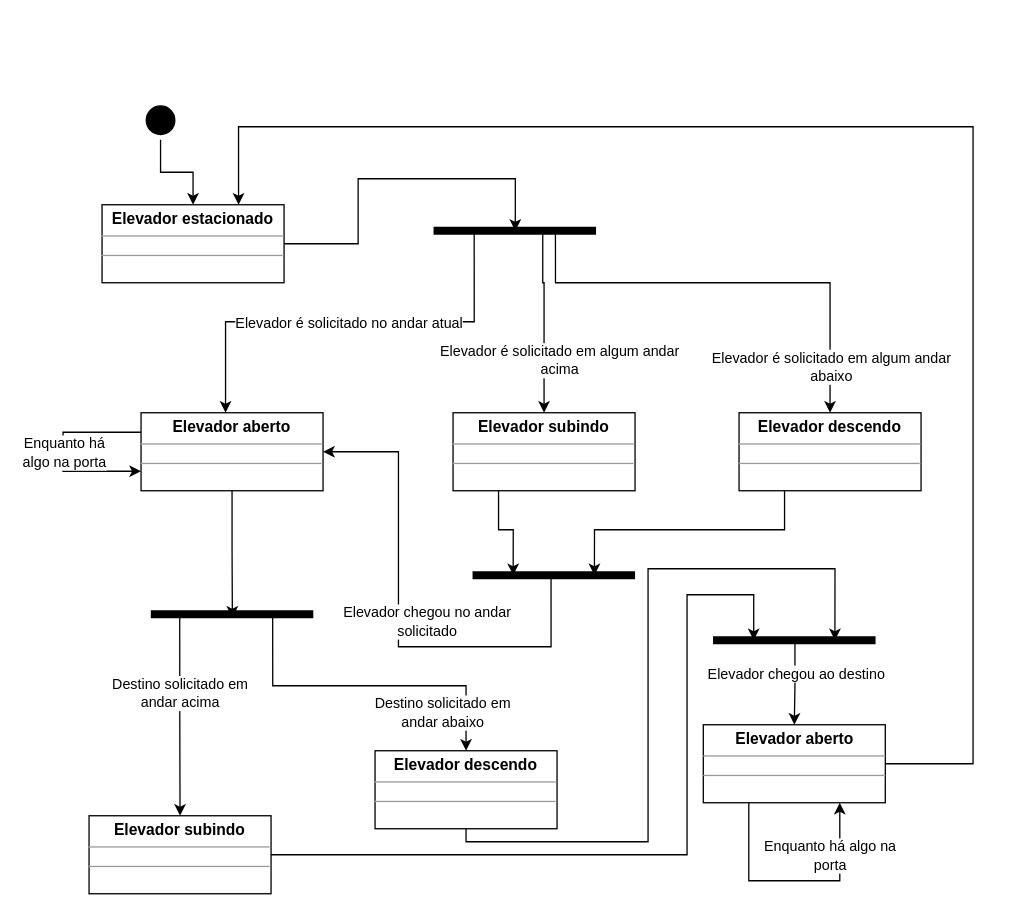
Above: Exercício 08 - Diagrama de Estado.drawio in bruniculos08/AMS0001 (draw.io), before the change. Source tidied: cells renumbered, new cells numbered last; positions are measured from the earlier drawing's top-left corner, leaving out a move shared by most shapes. Both pictures are drawn from the tidied source at 130%, with x=0, y=0 at pixel (62, 100).
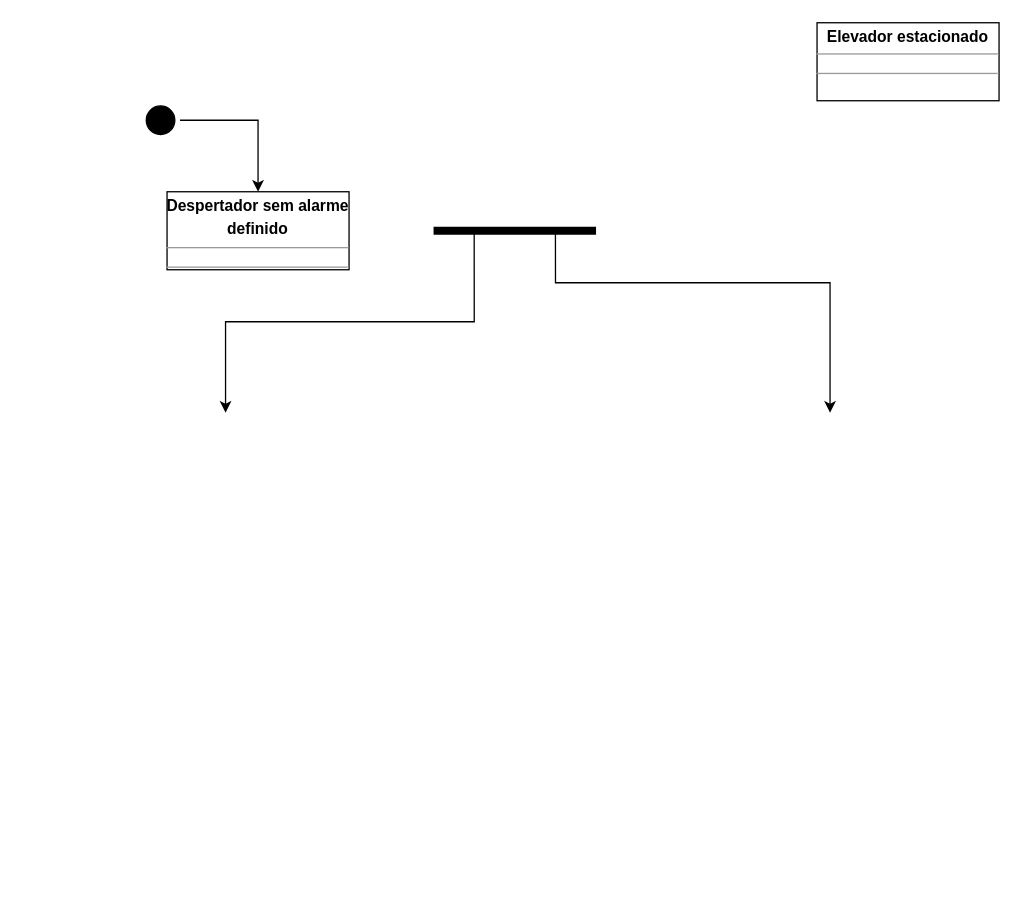
Above is the later version.

The change refers to these unchanged cells:
```xml
<mxCell id="3" style="ellipse;html=1;shape=startState;fillColor=#000000;strokeColor=#000000;" parent="1" vertex="1">
  <mxGeometry x="60" width="30" height="30" as="geometry" />
</mxCell>
<mxCell id="4" style="edgeStyle=orthogonalEdgeStyle;rounded=0;jettySize=auto;html=1;exitX=0.25;exitY=0.5;exitDx=0;exitDy=0;exitPerimeter=0;entryX=0.5;entryY=0;entryDx=0;entryDy=0;" parent="1" edge="1" source="10">
  <mxGeometry relative="1" as="geometry">
    <mxPoint x="125" y="240" as="targetPoint" />
    <Array as="points">
      <mxPoint x="316" y="170" />
      <mxPoint x="125" y="170" />
    </Array>
  </mxGeometry>
</mxCell>
<mxCell id="10" style="shape=line;html=1;strokeWidth=6;strokeColor=#000000;" parent="1" vertex="1">
  <mxGeometry x="285" y="95" width="125" height="10" as="geometry" />
</mxCell>
```

Diff of the diagram source:
```diff
@@
-    <mxCell id="2" style="edgeStyle=orthogonalEdgeStyle;rounded=0;jettySize=auto;html=1;exitX=0.5;exitY=1;exitDx=0;exitDy=0;entryX=0.5;entryY=0;entryDx=0;entryDy=0;" parent="1" edge="1" source="3" target="12">
-      <mxGeometry relative="1" as="geometry" />
-    </mxCell>
+    <mxCell id="40" style="edgeStyle=orthogonalEdgeStyle;rounded=0;jettySize=auto;html=1;exitX=1;exitY=0.5;exitDx=0;exitDy=0;entryX=0.5;entryY=0;entryDx=0;entryDy=0;" parent="1" edge="1" source="3" target="41">
+      <mxGeometry relative="1" as="geometry" />
+    </mxCell>
@@
-    <mxCell id="5" value="Elevador é solicitado no andar atual" style="edgeLabel;html=1;align=center;verticalAlign=middle;" parent="4" vertex="1">
-      <mxGeometry x="0.55" y="-2" relative="1" as="geometry">
-        <mxPoint x="90" y="2" as="offset" />
-      </mxGeometry>
-    </mxCell>
-    <mxCell id="6" style="edgeStyle=orthogonalEdgeStyle;rounded=0;jettySize=auto;html=1;entryX=0.5;entryY=0;entryDx=0;entryDy=0;exitX=0.672;exitY=0.394;exitDx=0;exitDy=0;exitPerimeter=0;" parent="1" edge="1" source="10" target="16">
-      <mxGeometry relative="1" as="geometry">
-        <Array as="points">
-          <mxPoint x="369" y="140" />
-          <mxPoint x="370" y="140" />
-        </Array>
-      </mxGeometry>
-    </mxCell>
-    <mxCell id="7" value="Elevador é solicitado em algum andar&lt;br&gt;acima" style="edgeLabel;html=1;align=center;verticalAlign=middle;" parent="6" vertex="1">
-      <mxGeometry x="0.21" y="2" relative="1" as="geometry">
-        <mxPoint x="9" y="16" as="offset" />
-      </mxGeometry>
-    </mxCell>
-    <mxCell id="8" style="edgeStyle=orthogonalEdgeStyle;rounded=0;jettySize=auto;html=1;exitX=0.75;exitY=0.5;exitDx=0;exitDy=0;exitPerimeter=0;" parent="1" edge="1" source="10" target="18">
+    <mxCell id="8" style="edgeStyle=orthogonalEdgeStyle;rounded=0;jettySize=auto;html=1;exitX=0.75;exitY=0.5;exitDx=0;exitDy=0;exitPerimeter=0;" parent="1" edge="1" source="10">
       <mxGeometry relative="1" as="geometry">
+        <mxPoint x="590" y="240" as="targetPoint" />
         <Array as="points">
           <mxPoint x="379" y="140" />
           <mxPoint x="590" y="140" />
         </Array>
       </mxGeometry>
     </mxCell>
-    <mxCell id="9" value="Elevador é solicitado em algum andar&lt;br&gt;abaixo" style="edgeLabel;html=1;align=center;verticalAlign=middle;" parent="8" vertex="1">
-      <mxGeometry x="0.8" y="1" relative="1" as="geometry">
-        <mxPoint x="-1" as="offset" />
-      </mxGeometry>
-    </mxCell>
@@
-    <mxCell id="11" style="edgeStyle=orthogonalEdgeStyle;rounded=0;jettySize=auto;html=1;exitX=1;exitY=0.5;exitDx=0;exitDy=0;entryX=0.503;entryY=0.512;entryDx=0;entryDy=0;entryPerimeter=0;" parent="1" edge="1" source="12" target="10">
-      <mxGeometry relative="1" as="geometry">
-        <Array as="points">
-          <mxPoint x="227" y="110" />
-          <mxPoint x="227" y="60" />
-          <mxPoint x="348" y="60" />
-        </Array>
-      </mxGeometry>
-    </mxCell>
     <mxCell id="12" value="&lt;p style=&quot;margin: 0px ; margin-top: 4px ; text-align: center&quot;&gt;&lt;b&gt;Elevador estacionado&lt;/b&gt;&lt;/p&gt;&lt;hr size=&quot;1&quot;&gt;&lt;div style=&quot;height: 2px&quot;&gt;&lt;/div&gt;&lt;hr size=&quot;1&quot;&gt;&lt;div style=&quot;height: 2px&quot;&gt;&lt;/div&gt;" style="verticalAlign=top;align=left;overflow=fill;fontSize=12;fontFamily=Helvetica;html=1;strokeColor=#000000;" parent="1" vertex="1">
-      <mxGeometry x="30" y="80" width="140" height="60" as="geometry" />
+      <mxGeometry x="580" y="-60" width="140" height="60" as="geometry" />
     </mxCell>
-    <mxCell id="13" style="edgeStyle=orthogonalEdgeStyle;rounded=0;jettySize=auto;html=1;exitX=0.5;exitY=1;exitDx=0;exitDy=0;entryX=0.502;entryY=0.774;entryDx=0;entryDy=0;entryPerimeter=0;" parent="1" edge="1" source="14" target="26">
-      <mxGeometry relative="1" as="geometry" />
-    </mxCell>
-    <mxCell id="14" value="&lt;p style=&quot;margin: 0px ; margin-top: 4px ; text-align: center&quot;&gt;&lt;b&gt;Elevador aberto&lt;/b&gt;&lt;/p&gt;&lt;hr size=&quot;1&quot;&gt;&lt;div style=&quot;height: 2px&quot;&gt;&lt;/div&gt;&lt;hr size=&quot;1&quot;&gt;&lt;div style=&quot;height: 2px&quot;&gt;&lt;/div&gt;" style="verticalAlign=top;align=left;overflow=fill;fontSize=12;fontFamily=Helvetica;html=1;strokeColor=#000000;" parent="1" vertex="1">
-      <mxGeometry x="60" y="240" width="140" height="60" as="geometry" />
-    </mxCell>
-    <mxCell id="15" style="edgeStyle=orthogonalEdgeStyle;rounded=0;jettySize=auto;html=1;exitX=0.25;exitY=1;exitDx=0;exitDy=0;entryX=0.25;entryY=0.5;entryDx=0;entryDy=0;entryPerimeter=0;" parent="1" edge="1" source="16" target="21">
-      <mxGeometry relative="1" as="geometry" />
-    </mxCell>
-    <mxCell id="16" value="&lt;p style=&quot;margin: 0px ; margin-top: 4px ; text-align: center&quot;&gt;&lt;b&gt;Elevador subindo&lt;/b&gt;&lt;/p&gt;&lt;hr size=&quot;1&quot;&gt;&lt;div style=&quot;height: 2px&quot;&gt;&lt;/div&gt;&lt;hr size=&quot;1&quot;&gt;&lt;div style=&quot;height: 2px&quot;&gt;&lt;/div&gt;" style="verticalAlign=top;align=left;overflow=fill;fontSize=12;fontFamily=Helvetica;html=1;strokeColor=#000000;" parent="1" vertex="1">
-      <mxGeometry x="300" y="240" width="140" height="60" as="geometry" />
-    </mxCell>
-    <mxCell id="17" style="edgeStyle=orthogonalEdgeStyle;rounded=0;jettySize=auto;html=1;exitX=0.25;exitY=1;exitDx=0;exitDy=0;entryX=0.75;entryY=0.5;entryDx=0;entryDy=0;entryPerimeter=0;" parent="1" edge="1" source="18" target="21">
-      <mxGeometry relative="1" as="geometry" />
-    </mxCell>
-    <mxCell id="18" value="&lt;p style=&quot;margin: 0px ; margin-top: 4px ; text-align: center&quot;&gt;&lt;b&gt;Elevador descendo&lt;/b&gt;&lt;/p&gt;&lt;hr size=&quot;1&quot;&gt;&lt;div style=&quot;height: 2px&quot;&gt;&lt;/div&gt;&lt;hr size=&quot;1&quot;&gt;&lt;div style=&quot;height: 2px&quot;&gt;&lt;/div&gt;" style="verticalAlign=top;align=left;overflow=fill;fontSize=12;fontFamily=Helvetica;html=1;strokeColor=#000000;" parent="1" vertex="1">
-      <mxGeometry x="520" y="240" width="140" height="60" as="geometry" />
-    </mxCell>
-    <mxCell id="19" style="edgeStyle=orthogonalEdgeStyle;rounded=0;jettySize=auto;html=1;exitX=0.483;exitY=0.533;exitDx=0;exitDy=0;exitPerimeter=0;entryX=1;entryY=0.5;entryDx=0;entryDy=0;" parent="1" edge="1" source="21" target="14">
-      <mxGeometry relative="1" as="geometry">
-        <Array as="points">
-          <mxPoint x="375" y="420" />
-          <mxPoint x="258" y="420" />
-          <mxPoint x="258" y="270" />
-        </Array>
-      </mxGeometry>
-    </mxCell>
-    <mxCell id="20" value="Elevador chegou no andar&lt;br&gt;solicitado" style="edgeLabel;html=1;align=center;verticalAlign=middle;" parent="19" vertex="1">
-      <mxGeometry x="-0.27" y="-1" relative="1" as="geometry">
-        <mxPoint x="-12" y="-19" as="offset" />
-      </mxGeometry>
-    </mxCell>
-    <mxCell id="21" style="shape=line;html=1;strokeWidth=6;strokeColor=#000000;" parent="1" vertex="1">
-      <mxGeometry x="315" y="360" width="125" height="10" as="geometry" />
-    </mxCell>
-    <mxCell id="22" style="edgeStyle=orthogonalEdgeStyle;rounded=0;jettySize=auto;html=1;exitX=0.75;exitY=0.5;exitDx=0;exitDy=0;exitPerimeter=0;entryX=0.5;entryY=0;entryDx=0;entryDy=0;" parent="1" edge="1" source="26" target="30">
-      <mxGeometry relative="1" as="geometry">
-        <Array as="points">
-          <mxPoint x="161" y="450" />
-          <mxPoint x="310" y="450" />
-        </Array>
-      </mxGeometry>
-    </mxCell>
-    <mxCell id="23" value="Destino solicitado em&lt;br&gt;andar abaixo" style="edgeLabel;html=1;align=center;verticalAlign=middle;" parent="22" vertex="1">
-      <mxGeometry x="-0.16" y="-1" relative="1" as="geometry">
-        <mxPoint x="78" y="19" as="offset" />
-      </mxGeometry>
-    </mxCell>
-    <mxCell id="24" style="edgeStyle=orthogonalEdgeStyle;rounded=0;jettySize=auto;html=1;exitX=0.178;exitY=0.723;exitDx=0;exitDy=0;exitPerimeter=0;entryX=0.5;entryY=0;entryDx=0;entryDy=0;" parent="1" edge="1" source="26" target="28">
-      <mxGeometry relative="1" as="geometry" />
-    </mxCell>
-    <mxCell id="25" value="Destino solicitado em&lt;br&gt;andar acima" style="edgeLabel;html=1;align=center;verticalAlign=middle;" parent="24" vertex="1">
-      <mxGeometry x="-0.72" y="1" relative="1" as="geometry">
-        <mxPoint x="-1" y="37" as="offset" />
-      </mxGeometry>
-    </mxCell>
-    <mxCell id="26" style="shape=line;html=1;strokeWidth=6;strokeColor=#000000;" parent="1" vertex="1">
-      <mxGeometry x="67.5" y="390" width="125" height="10" as="geometry" />
-    </mxCell>
-    <mxCell id="27" style="edgeStyle=orthogonalEdgeStyle;rounded=0;jettySize=auto;html=1;exitX=1;exitY=0.5;exitDx=0;exitDy=0;entryX=0.25;entryY=0.5;entryDx=0;entryDy=0;entryPerimeter=0;" parent="1" edge="1" source="28" target="33">
-      <mxGeometry relative="1" as="geometry">
-        <Array as="points">
-          <mxPoint x="480" y="580" />
-          <mxPoint x="480" y="380" />
-          <mxPoint x="531" y="380" />
-        </Array>
-      </mxGeometry>
-    </mxCell>
-    <mxCell id="28" value="&lt;p style=&quot;margin: 0px ; margin-top: 4px ; text-align: center&quot;&gt;&lt;b&gt;Elevador subindo&lt;/b&gt;&lt;/p&gt;&lt;hr size=&quot;1&quot;&gt;&lt;div style=&quot;height: 2px&quot;&gt;&lt;/div&gt;&lt;hr size=&quot;1&quot;&gt;&lt;div style=&quot;height: 2px&quot;&gt;&lt;/div&gt;" style="verticalAlign=top;align=left;overflow=fill;fontSize=12;fontFamily=Helvetica;html=1;strokeColor=#000000;" parent="1" vertex="1">
-      <mxGeometry x="20" y="550" width="140" height="60" as="geometry" />
-    </mxCell>
-    <mxCell id="29" style="edgeStyle=orthogonalEdgeStyle;rounded=0;jettySize=auto;html=1;exitX=0.5;exitY=1;exitDx=0;exitDy=0;entryX=0.75;entryY=0.5;entryDx=0;entryDy=0;entryPerimeter=0;" parent="1" edge="1" source="30" target="33">
-      <mxGeometry relative="1" as="geometry">
-        <Array as="points">
-          <mxPoint x="310" y="570" />
-          <mxPoint x="450" y="570" />
-          <mxPoint x="450" y="360" />
-          <mxPoint x="594" y="360" />
-        </Array>
-      </mxGeometry>
-    </mxCell>
-    <mxCell id="30" value="&lt;p style=&quot;margin: 0px ; margin-top: 4px ; text-align: center&quot;&gt;&lt;b&gt;Elevador descendo&lt;/b&gt;&lt;/p&gt;&lt;hr size=&quot;1&quot;&gt;&lt;div style=&quot;height: 2px&quot;&gt;&lt;/div&gt;&lt;hr size=&quot;1&quot;&gt;&lt;div style=&quot;height: 2px&quot;&gt;&lt;/div&gt;" style="verticalAlign=top;align=left;overflow=fill;fontSize=12;fontFamily=Helvetica;html=1;strokeColor=#000000;" parent="1" vertex="1">
-      <mxGeometry x="240" y="500" width="140" height="60" as="geometry" />
-    </mxCell>
-    <mxCell id="31" style="edgeStyle=orthogonalEdgeStyle;rounded=0;jettySize=auto;html=1;exitX=0.504;exitY=0.514;exitDx=0;exitDy=0;exitPerimeter=0;entryX=0.5;entryY=0;entryDx=0;entryDy=0;" parent="1" edge="1" source="33" target="35">
-      <mxGeometry relative="1" as="geometry" />
-    </mxCell>
-    <mxCell id="32" value="Elevador chegou ao destino" style="edgeLabel;html=1;align=center;verticalAlign=middle;" parent="31" vertex="1">
-      <mxGeometry x="-0.24" relative="1" as="geometry" />
-    </mxCell>
-    <mxCell id="33" style="shape=line;html=1;strokeWidth=6;strokeColor=#000000;" parent="1" vertex="1">
-      <mxGeometry x="500" y="410" width="125" height="10" as="geometry" />
-    </mxCell>
-    <mxCell id="34" style="edgeStyle=orthogonalEdgeStyle;rounded=0;jettySize=auto;html=1;exitX=1;exitY=0.5;exitDx=0;exitDy=0;entryX=0.75;entryY=0;entryDx=0;entryDy=0;" parent="1" edge="1" source="35" target="12">
-      <mxGeometry relative="1" as="geometry">
-        <Array as="points">
-          <mxPoint x="700" y="510" />
-          <mxPoint x="700" y="20" />
-          <mxPoint x="135" y="20" />
-        </Array>
-      </mxGeometry>
-    </mxCell>
-    <mxCell id="35" value="&lt;p style=&quot;margin: 0px ; margin-top: 4px ; text-align: center&quot;&gt;&lt;b&gt;Elevador aberto&lt;/b&gt;&lt;/p&gt;&lt;hr size=&quot;1&quot;&gt;&lt;div style=&quot;height: 2px&quot;&gt;&lt;/div&gt;&lt;hr size=&quot;1&quot;&gt;&lt;div style=&quot;height: 2px&quot;&gt;&lt;/div&gt;" style="verticalAlign=top;align=left;overflow=fill;fontSize=12;fontFamily=Helvetica;html=1;strokeColor=#000000;" parent="1" vertex="1">
-      <mxGeometry x="492.5" y="480" width="140" height="60" as="geometry" />
-    </mxCell>
-    <mxCell id="36" style="edgeStyle=orthogonalEdgeStyle;rounded=0;orthogonalLoop=1;jettySize=auto;html=1;exitX=0;exitY=0.25;exitDx=0;exitDy=0;entryX=0;entryY=0.75;entryDx=0;entryDy=0;" parent="1" edge="1" source="14" target="14">
-      <mxGeometry relative="1" as="geometry">
-        <Array as="points">
-          <mxPoint y="255" />
-          <mxPoint y="285" />
-        </Array>
-      </mxGeometry>
-    </mxCell>
-    <mxCell id="37" value="Enquanto há&lt;br&gt;algo na porta" style="edgeLabel;html=1;align=center;verticalAlign=middle;" parent="36" vertex="1">
-      <mxGeometry x="-0.16" y="3" relative="1" as="geometry">
-        <mxPoint x="-3" y="12" as="offset" />
-      </mxGeometry>
-    </mxCell>
-    <mxCell id="38" style="edgeStyle=orthogonalEdgeStyle;rounded=0;orthogonalLoop=1;jettySize=auto;html=1;exitX=0.25;exitY=1;exitDx=0;exitDy=0;entryX=0.75;entryY=1;entryDx=0;entryDy=0;" parent="1" edge="1" source="35" target="35">
-      <mxGeometry relative="1" as="geometry">
-        <Array as="points">
-          <mxPoint x="528" y="600" />
-          <mxPoint x="598" y="600" />
-        </Array>
-      </mxGeometry>
-    </mxCell>
-    <mxCell id="39" value="Enquanto há algo na&lt;br&gt;porta" style="edgeLabel;html=1;align=center;verticalAlign=middle;" parent="38" vertex="1">
-      <mxGeometry x="-0.27" y="-1" relative="1" as="geometry">
-        <mxPoint x="53" y="-21" as="offset" />
-      </mxGeometry>
-    </mxCell>
+    <mxCell id="41" value="&lt;p style=&quot;margin: 0px ; margin-top: 4px ; text-align: center&quot;&gt;&lt;b&gt;Despertador sem alarme&lt;/b&gt;&lt;/p&gt;&lt;p style=&quot;margin: 0px ; margin-top: 4px ; text-align: center&quot;&gt;&lt;b&gt;definido&lt;/b&gt;&lt;/p&gt;&lt;hr size=&quot;1&quot;&gt;&lt;div style=&quot;height: 2px&quot;&gt;&lt;/div&gt;&lt;hr size=&quot;1&quot;&gt;&lt;div style=&quot;height: 2px&quot;&gt;&lt;/div&gt;" style="verticalAlign=top;align=left;overflow=fill;fontSize=12;fontFamily=Helvetica;html=1;strokeColor=#000000;" parent="1" vertex="1">
+      <mxGeometry x="80" y="70" width="140" height="60" as="geometry" />
+    </mxCell>
```
